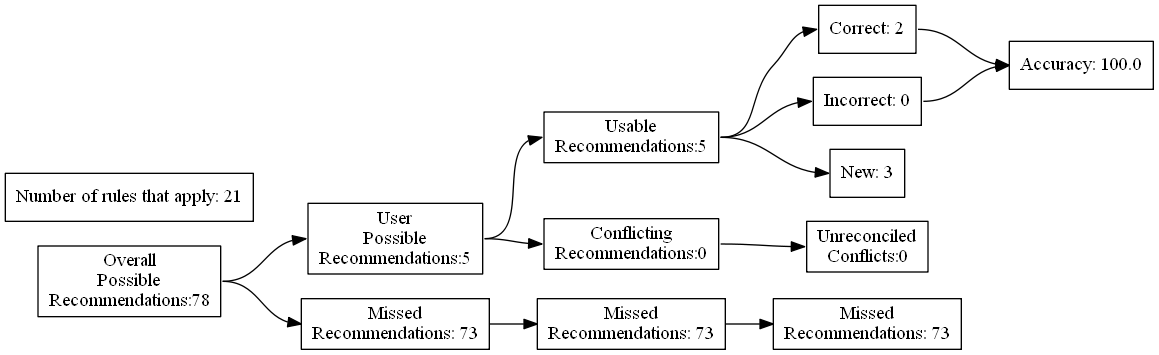
ZaxR/ibd_diet_analysis keeps this Graphviz diagram as test_renders/95.gv.png. Above is the earlier version. Its source is kept beside it as test_renders/95.gv.
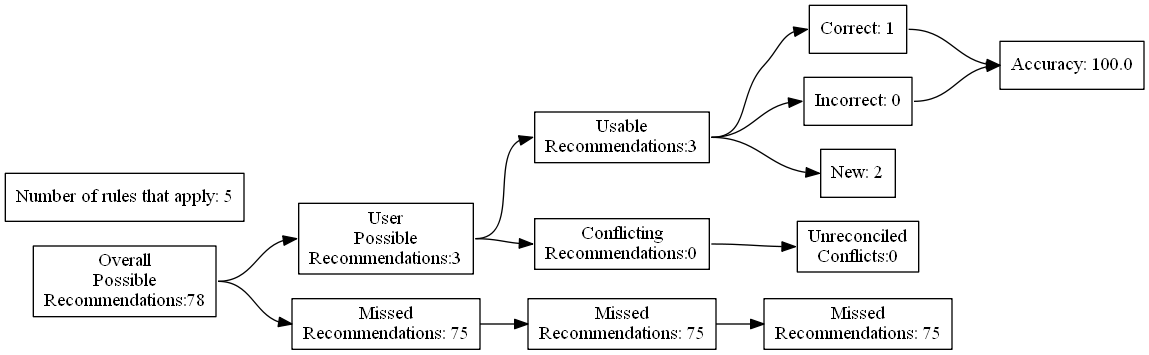
Above is the later version.

The edit, as a diff of the source:
```diff
@@ -7,24 +7,24 @@
 Recommendations:78"]
 		B [label="User
 Possible
-Recommendations:5"]
+Recommendations:3"]
 		C [label="Missed
-Recommendations: 73"]
+Recommendations: 75"]
 		D [label="Usable
-Recommendations:5"]
+Recommendations:3"]
 		E [label="Conflicting
 Recommendations:0"]
 		J [label="Missed
-Recommendations: 73"]
+Recommendations: 75"]
 		M [label="Unreconciled
 Conflicts:0"]
-		F [label="Correct: 2"]
+		F [label="Correct: 1"]
 		G [label="Incorrect: 0"]
-		H [label="New: 3"]
+		H [label="New: 2"]
 		K [label="Missed
-Recommendations: 73"]
+Recommendations: 75"]
 		I [label="Accuracy: 100.0"]
-		l [label="Number of rules that apply: 21"]
+		l [label="Number of rules that apply: 5"]
 			A -> B
 			A -> C
 			B -> D
```
